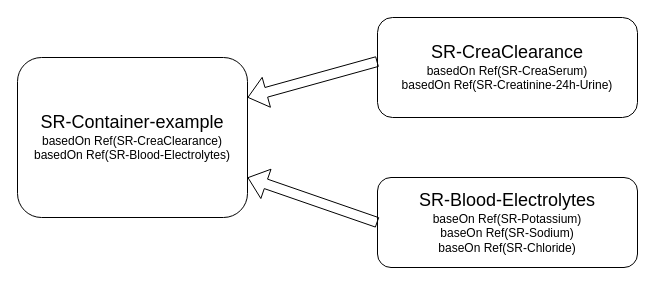
Before: SR-expl.drawio in hl7ch/ch-lab-order, a draw.io diagram. Source tidied: cells renumbered, new cells numbered last; positions are measured from the earlier drawing's top-left corner, leaving out a move shared by most shapes. Both pictures are drawn from the tidied source at 100%, with x=0, y=0 at pixel (17, 17).
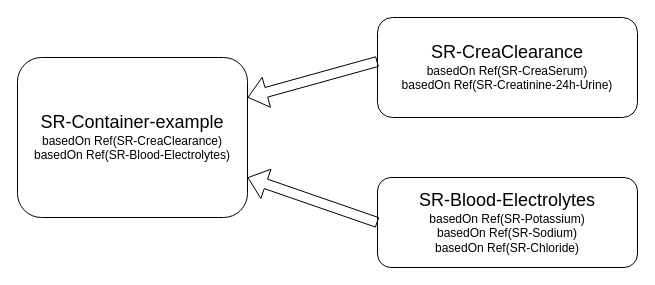
After the change.

Change to the diagram source:
```diff
@@
 <mxGraphModel>
   <root>
     <mxCell id="0" />
     <mxCell id="1" parent="0" />
     <mxCell id="2" value="&lt;font style=&quot;font-size: 18px&quot;&gt;SR-Container-example&lt;br&gt;&lt;/font&gt;basedOn Ref(SR-CreaClearance)&lt;br&gt;basedOn Ref(SR-Blood-Electrolytes)" style="rounded=1;whiteSpace=wrap;html=1;" parent="1" vertex="1">
       <mxGeometry y="40" width="230" height="160" as="geometry" />
     </mxCell>
-    <mxCell id="3" value="&lt;font style=&quot;font-size: 18px&quot;&gt;SR-Blood-Electrolytes&lt;br&gt;&lt;/font&gt;baseOn Ref(SR-Potassium)&lt;br&gt;baseOn Ref(SR-Sodium)&lt;br&gt;baseOn Ref(SR-Chloride)" style="rounded=1;whiteSpace=wrap;html=1;" parent="1" vertex="1">
+    <mxCell id="3" value="&lt;font style=&quot;font-size: 18px&quot;&gt;SR-Blood-Electrolytes&lt;br&gt;&lt;/font&gt;basedOn Ref(SR-Potassium)&lt;br&gt;basedOn Ref(SR-Sodium)&lt;br&gt;basedOn Ref(SR-Chloride)" style="rounded=1;whiteSpace=wrap;html=1;" parent="1" vertex="1">
       <mxGeometry x="360" y="160" width="260" height="90" as="geometry" />
     </mxCell>
     <mxCell id="4" value="&lt;font style=&quot;font-size: 18px&quot;&gt;SR-CreaClearance&lt;br&gt;&lt;/font&gt;basedOn Ref(SR-CreaSerum)&lt;br&gt;basedOn Ref(SR-Creatinine-24h-Urine)" style="rounded=1;whiteSpace=wrap;html=1;" parent="1" vertex="1">
       <mxGeometry x="360" width="260" height="100" as="geometry" />
     </mxCell>
     <mxCell id="5" style="shape=flexArrow;endArrow=classic;html=1;entryX=1;entryY=0.25;entryDx=0;entryDy=0;exitX=0;exitY=0.44;exitDx=0;exitDy=0;exitPerimeter=0;" parent="1" edge="1" source="4" target="2">
       <mxGeometry relative="1" as="geometry" />
     </mxCell>
     <mxCell id="6" style="shape=flexArrow;endArrow=classic;html=1;exitX=0;exitY=0.5;exitDx=0;exitDy=0;entryX=1;entryY=0.75;entryDx=0;entryDy=0;" parent="1" edge="1" source="3" target="2">
       <mxGeometry relative="1" as="geometry" />
     </mxCell>
   </root>
 </mxGraphModel>
```
